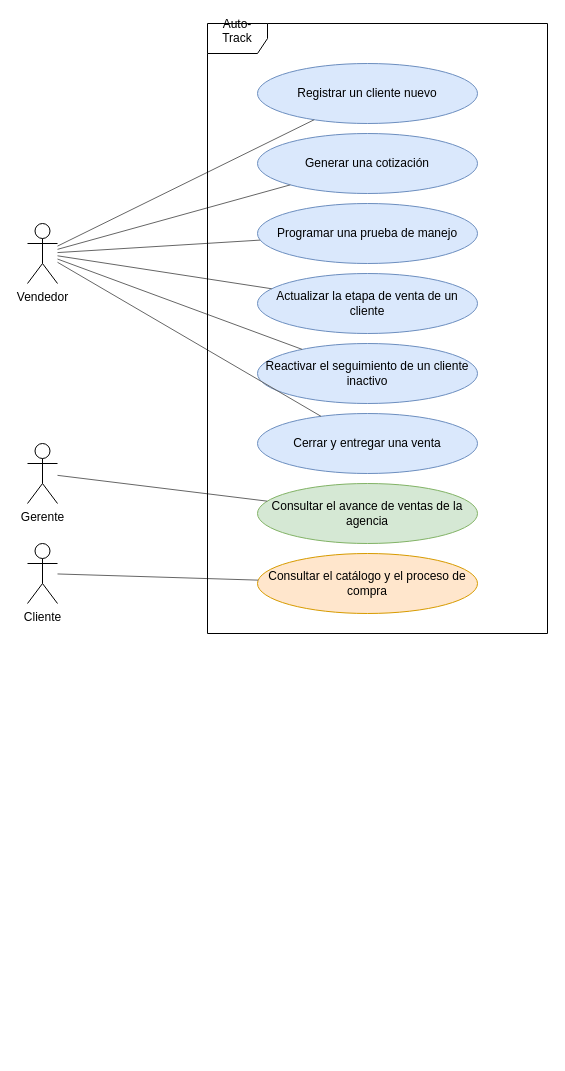
camils26/auto-tracker keeps this draw.io diagram as docs/diagramas/casos-de-uso.drawio. Above is the earlier version. Source tidied: cells renumbered, new cells numbered last; positions are measured from the earlier drawing's top-left corner, leaving out a move shared by most shapes. Both pictures are drawn from the tidied source at 100%, with x=0, y=0 at pixel (27, 23).
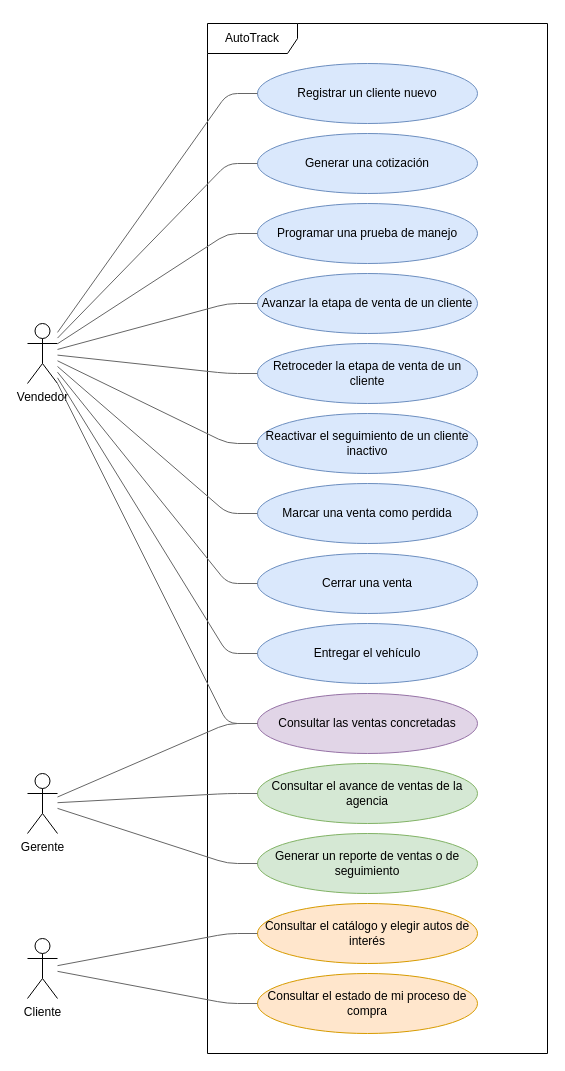
Above is the later version.

Unchanged cells that the change refers to:
```xml
<mxCell id="5" value="Registrar un cliente nuevo" style="ellipse;whiteSpace=wrap;html=1;fillColor=#dae8fc;strokeColor=#6c8ebf;" parent="1" vertex="1">
  <mxGeometry x="230" y="40" width="220" height="60" as="geometry" />
</mxCell>
<mxCell id="6" value="Generar una cotización" style="ellipse;whiteSpace=wrap;html=1;fillColor=#dae8fc;strokeColor=#6c8ebf;" parent="1" vertex="1">
  <mxGeometry x="230" y="110" width="220" height="60" as="geometry" />
</mxCell>
<mxCell id="7" value="Programar una prueba de manejo" style="ellipse;whiteSpace=wrap;html=1;fillColor=#dae8fc;strokeColor=#6c8ebf;" parent="1" vertex="1">
  <mxGeometry x="230" y="180" width="220" height="60" as="geometry" />
</mxCell>
```

The edit, as a diff of the source:
```diff
@@
+    <mxCell id="22" value="AutoTrack" style="shape=umlFrame;whiteSpace=wrap;html=1;fillColor=none;width=90;height=30;" parent="1" vertex="1">
+      <mxGeometry x="180" width="340" height="1030" as="geometry" />
+    </mxCell>
     <mxCell id="2" value="Vendedor" style="shape=umlActor;verticalLabelPosition=bottom;verticalAlign=top;html=1;outlineConnect=0;" parent="1" vertex="1">
-      <mxGeometry y="200" width="30" height="60" as="geometry" />
+      <mxGeometry y="300" width="30" height="60" as="geometry" />
     </mxCell>
     <mxCell id="3" value="Gerente" style="shape=umlActor;verticalLabelPosition=bottom;verticalAlign=top;html=1;outlineConnect=0;" parent="1" vertex="1">
-      <mxGeometry y="420" width="30" height="60" as="geometry" />
+      <mxGeometry y="750" width="30" height="60" as="geometry" />
     </mxCell>
     <mxCell id="4" value="Cliente" style="shape=umlActor;verticalLabelPosition=bottom;verticalAlign=top;html=1;outlineConnect=0;" parent="1" vertex="1">
-      <mxGeometry y="520" width="30" height="60" as="geometry" />
+      <mxGeometry y="915" width="30" height="60" as="geometry" />
     </mxCell>
@@
-    <mxCell id="8" value="Actualizar la etapa de venta de un cliente" style="ellipse;whiteSpace=wrap;html=1;fillColor=#dae8fc;strokeColor=#6c8ebf;" parent="1" vertex="1">
+    <mxCell id="8" value="Avanzar la etapa de venta de un cliente" style="ellipse;whiteSpace=wrap;html=1;fillColor=#dae8fc;strokeColor=#6c8ebf;" parent="1" vertex="1">
       <mxGeometry x="230" y="250" width="220" height="60" as="geometry" />
     </mxCell>
+    <mxCell id="23" value="Retroceder la etapa de venta de un cliente" style="ellipse;whiteSpace=wrap;html=1;fillColor=#dae8fc;strokeColor=#6c8ebf;" parent="1" vertex="1">
+      <mxGeometry x="230" y="320" width="220" height="60" as="geometry" />
+    </mxCell>
     <mxCell id="9" value="Reactivar el seguimiento de un cliente inactivo" style="ellipse;whiteSpace=wrap;html=1;fillColor=#dae8fc;strokeColor=#6c8ebf;" parent="1" vertex="1">
-      <mxGeometry x="230" y="320" width="220" height="60" as="geometry" />
+      <mxGeometry x="230" y="390" width="220" height="60" as="geometry" />
     </mxCell>
+    <mxCell id="24" value="Marcar una venta como perdida" style="ellipse;whiteSpace=wrap;html=1;fillColor=#dae8fc;strokeColor=#6c8ebf;" parent="1" vertex="1">
+      <mxGeometry x="230" y="460" width="220" height="60" as="geometry" />
+    </mxCell>
-    <mxCell id="10" value="Cerrar y entregar una venta" style="ellipse;whiteSpace=wrap;html=1;fillColor=#dae8fc;strokeColor=#6c8ebf;" parent="1" vertex="1">
-      <mxGeometry x="230" y="390" width="220" height="60" as="geometry" />
+    <mxCell id="10" value="Cerrar una venta" style="ellipse;whiteSpace=wrap;html=1;fillColor=#dae8fc;strokeColor=#6c8ebf;" parent="1" vertex="1">
+      <mxGeometry x="230" y="530" width="220" height="60" as="geometry" />
     </mxCell>
+    <mxCell id="25" value="Entregar el vehículo" style="ellipse;whiteSpace=wrap;html=1;fillColor=#dae8fc;strokeColor=#6c8ebf;" parent="1" vertex="1">
+      <mxGeometry x="230" y="600" width="220" height="60" as="geometry" />
+    </mxCell>
+    <mxCell id="26" value="Consultar las ventas concretadas" style="ellipse;whiteSpace=wrap;html=1;fillColor=#e1d5e7;strokeColor=#9673a6;" parent="1" vertex="1">
+      <mxGeometry x="230" y="670" width="220" height="60" as="geometry" />
+    </mxCell>
     <mxCell id="11" value="Consultar el avance de ventas de la agencia" style="ellipse;whiteSpace=wrap;html=1;fillColor=#d5e8d4;strokeColor=#82b366;" parent="1" vertex="1">
-      <mxGeometry x="230" y="460" width="220" height="60" as="geometry" />
+      <mxGeometry x="230" y="740" width="220" height="60" as="geometry" />
     </mxCell>
+    <mxCell id="27" value="Generar un reporte de ventas o de seguimiento" style="ellipse;whiteSpace=wrap;html=1;fillColor=#d5e8d4;strokeColor=#82b366;" parent="1" vertex="1">
+      <mxGeometry x="230" y="810" width="220" height="60" as="geometry" />
+    </mxCell>
-    <mxCell id="12" value="Consultar el catálogo y el proceso de compra" style="ellipse;whiteSpace=wrap;html=1;fillColor=#ffe6cc;strokeColor=#d79b00;" parent="1" vertex="1">
-      <mxGeometry x="230" y="530" width="220" height="60" as="geometry" />
+    <mxCell id="12" value="Consultar el catálogo y elegir autos de interés" style="ellipse;whiteSpace=wrap;html=1;fillColor=#ffe6cc;strokeColor=#d79b00;" parent="1" vertex="1">
+      <mxGeometry x="230" y="880" width="220" height="60" as="geometry" />
     </mxCell>
+    <mxCell id="28" value="Consultar el estado de mi proceso de compra" style="ellipse;whiteSpace=wrap;html=1;fillColor=#ffe6cc;strokeColor=#d79b00;" parent="1" vertex="1">
+      <mxGeometry x="230" y="950" width="220" height="60" as="geometry" />
+    </mxCell>
     <mxCell id="13" style="edgeStyle=none;html=1;endArrow=none;strokeColor=#666666;" parent="1" edge="1" source="2" target="5">
-      <mxGeometry relative="1" as="geometry" />
+      <mxGeometry relative="1" as="geometry">
+        <Array as="points">
+          <mxPoint x="200" y="70" />
+        </Array>
+      </mxGeometry>
     </mxCell>
     <mxCell id="14" style="edgeStyle=none;html=1;endArrow=none;strokeColor=#666666;" parent="1" edge="1" source="2" target="6">
-      <mxGeometry relative="1" as="geometry" />
+      <mxGeometry relative="1" as="geometry">
+        <Array as="points">
+          <mxPoint x="200" y="140" />
+        </Array>
+      </mxGeometry>
     </mxCell>
     <mxCell id="15" style="edgeStyle=none;html=1;endArrow=none;strokeColor=#666666;" parent="1" edge="1" source="2" target="7">
-      <mxGeometry relative="1" as="geometry" />
+      <mxGeometry relative="1" as="geometry">
+        <Array as="points">
+          <mxPoint x="200" y="210" />
+        </Array>
+      </mxGeometry>
     </mxCell>
     <mxCell id="16" style="edgeStyle=none;html=1;endArrow=none;strokeColor=#666666;" parent="1" edge="1" source="2" target="8">
-      <mxGeometry relative="1" as="geometry" />
+      <mxGeometry relative="1" as="geometry">
+        <Array as="points">
+          <mxPoint x="200" y="280" />
+        </Array>
+      </mxGeometry>
     </mxCell>
-    <mxCell id="17" style="edgeStyle=none;html=1;endArrow=none;strokeColor=#666666;" parent="1" edge="1" source="2" target="9">
-      <mxGeometry relative="1" as="geometry" />
+    <mxCell id="17" style="edgeStyle=none;html=1;endArrow=none;strokeColor=#666666;" parent="1" edge="1" source="2" target="23">
+      <mxGeometry relative="1" as="geometry">
+        <Array as="points">
+          <mxPoint x="200" y="350" />
+        </Array>
+      </mxGeometry>
     </mxCell>
-    <mxCell id="18" style="edgeStyle=none;html=1;endArrow=none;strokeColor=#666666;" parent="1" edge="1" source="2" target="10">
-      <mxGeometry relative="1" as="geometry" />
+    <mxCell id="18" style="edgeStyle=none;html=1;endArrow=none;strokeColor=#666666;" parent="1" edge="1" source="2" target="9">
+      <mxGeometry relative="1" as="geometry">
+        <Array as="points">
+          <mxPoint x="200" y="420" />
+        </Array>
+      </mxGeometry>
     </mxCell>
-    <mxCell id="19" style="edgeStyle=none;html=1;endArrow=none;strokeColor=#666666;" parent="1" edge="1" source="3" target="11">
-      <mxGeometry relative="1" as="geometry" />
+    <mxCell id="19" style="edgeStyle=none;html=1;endArrow=none;strokeColor=#666666;" parent="1" edge="1" source="2" target="24">
+      <mxGeometry relative="1" as="geometry">
+        <Array as="points">
+          <mxPoint x="200" y="490" />
+        </Array>
+      </mxGeometry>
     </mxCell>
-    <mxCell id="20" style="edgeStyle=none;html=1;endArrow=none;strokeColor=#666666;" parent="1" edge="1" source="4" target="12">
-      <mxGeometry relative="1" as="geometry" />
+    <mxCell id="20" style="edgeStyle=none;html=1;endArrow=none;strokeColor=#666666;" parent="1" edge="1" source="2" target="10">
+      <mxGeometry relative="1" as="geometry">
+        <Array as="points">
+          <mxPoint x="200" y="560" />
+        </Array>
+      </mxGeometry>
     </mxCell>
-    <mxCell id="21" value="Auto-Track&lt;div&gt;&lt;br&gt;&lt;/div&gt;" style="shape=umlFrame;whiteSpace=wrap;html=1;" parent="1" vertex="1">
-      <mxGeometry x="180" width="340" height="610" as="geometry" />
-    </mxCell>
+    <mxCell id="29" style="edgeStyle=none;html=1;endArrow=none;strokeColor=#666666;" parent="1" edge="1" source="2" target="25">
+      <mxGeometry relative="1" as="geometry">
+        <Array as="points">
+          <mxPoint x="200" y="630" />
+        </Array>
+      </mxGeometry>
+    </mxCell>
+    <mxCell id="30" style="edgeStyle=none;html=1;endArrow=none;strokeColor=#666666;" parent="1" edge="1" source="2" target="26">
+      <mxGeometry relative="1" as="geometry">
+        <Array as="points">
+          <mxPoint x="200" y="700" />
+        </Array>
+      </mxGeometry>
+    </mxCell>
+    <mxCell id="31" style="edgeStyle=none;html=1;endArrow=none;strokeColor=#666666;" parent="1" edge="1" source="3" target="26">
+      <mxGeometry relative="1" as="geometry">
+        <Array as="points">
+          <mxPoint x="200" y="700" />
+        </Array>
+      </mxGeometry>
+    </mxCell>
+    <mxCell id="32" style="edgeStyle=none;html=1;endArrow=none;strokeColor=#666666;" parent="1" edge="1" source="3" target="11">
+      <mxGeometry relative="1" as="geometry">
+        <Array as="points">
+          <mxPoint x="200" y="770" />
+        </Array>
+      </mxGeometry>
+    </mxCell>
+    <mxCell id="33" style="edgeStyle=none;html=1;endArrow=none;strokeColor=#666666;" parent="1" edge="1" source="3" target="27">
+      <mxGeometry relative="1" as="geometry">
+        <Array as="points">
+          <mxPoint x="200" y="840" />
+        </Array>
+      </mxGeometry>
+    </mxCell>
+    <mxCell id="34" style="edgeStyle=none;html=1;endArrow=none;strokeColor=#666666;" parent="1" edge="1" source="4" target="12">
+      <mxGeometry relative="1" as="geometry">
+        <Array as="points">
+          <mxPoint x="200" y="910" />
+        </Array>
+      </mxGeometry>
+    </mxCell>
+    <mxCell id="35" style="edgeStyle=none;html=1;endArrow=none;strokeColor=#666666;" parent="1" edge="1" source="4" target="28">
+      <mxGeometry relative="1" as="geometry">
+        <Array as="points">
+          <mxPoint x="200" y="980" />
+        </Array>
+      </mxGeometry>
+    </mxCell>
```
